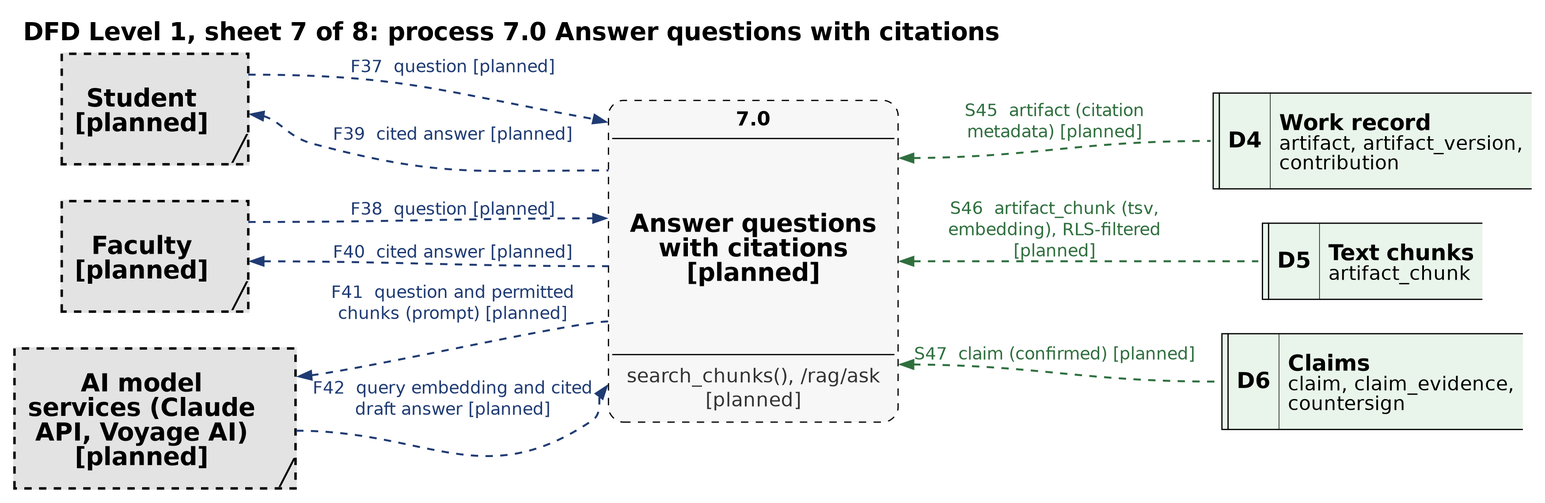
Above: docs/lab/dfd/png/dfd_level1_sheet7.png in Arun-Sanjay/countersign-dbms (Graphviz), before the change. Its source is kept beside it as docs/lab/dfd/dot/dfd_level1_sheet7.dot. Source of this version:
```dot
digraph L1 {
  graph [fontname="Helvetica", fontsize=20, labelloc=t, labeljust=l, pad=0.15,
         nodesep=0.19, ranksep=0.35, rankdir=LR, splines=true, newrank=true,
         label=<<b>DFD Level 1, sheet 7 of 8: process 7.0 Answer questions with citations</b>>];
  node  [fontname="Helvetica", fontsize=16];
  edge  [fontname="Helvetica", fontsize=14, arrowsize=1.0];
  "STU@7.0" [shape=plain, label=<<table border="2" cellborder="0" cellspacing="0" cellpadding="0" bgcolor="#e3e3e3" style="dashed"><tr><td rowspan="3" cellpadding="10"><font point-size="20"><b>Student</b><br/><b>[planned]</b></font></td><td port="p0" height="32" width="2"></td></tr><tr><td port="p1" height="32" width="2"></td></tr><tr><td height="22" width="22" align="right" valign="bottom" cellpadding="0"><font point-size="20">&#x2571;</font></td></tr></table>>];
  "FAC@7.0" [shape=plain, label=<<table border="2" cellborder="0" cellspacing="0" cellpadding="0" bgcolor="#e3e3e3" style="dashed"><tr><td rowspan="3" cellpadding="10"><font point-size="20"><b>Faculty</b><br/><b>[planned]</b></font></td><td port="p0" height="32" width="2"></td></tr><tr><td port="p1" height="32" width="2"></td></tr><tr><td height="22" width="22" align="right" valign="bottom" cellpadding="0"><font point-size="20">&#x2571;</font></td></tr></table>>];
  "AI@7.0" [shape=plain, label=<<table border="2" cellborder="0" cellspacing="0" cellpadding="0" bgcolor="#e3e3e3" style="dashed"><tr><td rowspan="3" cellpadding="10"><font point-size="20"><b>AI model</b><br/><b>services (Claude</b><br/><b>API, Voyage AI)</b><br/><b>[planned]</b></font></td><td port="p0" height="44" width="2"></td></tr><tr><td port="p1" height="44" width="2"></td></tr><tr><td height="22" width="22" align="right" valign="bottom" cellpadding="0"><font point-size="20">&#x2571;</font></td></tr></table>>];
  "D4@7.0" [shape=plain, label=<<table border="0" cellborder="0" cellspacing="0" cellpadding="0"><tr><td port="p0" height="78" width="2"></td><td rowspan="1" sides="ltb" border="1" width="5" bgcolor="#e9f5ea"></td><td rowspan="1" sides="ltbr" border="1" bgcolor="#e9f5ea" cellpadding="6"><font point-size="18"><b>D4</b></font></td><td rowspan="1" sides="tb" border="1" align="left" balign="left" bgcolor="#e9f5ea" cellpadding="6"><font point-size="18"><b>Work record</b></font><br/><font point-size="16">artifact, artifact_version,<br/>contribution</font></td></tr></table>>];
  "D5@7.0" [shape=plain, label=<<table border="0" cellborder="0" cellspacing="0" cellpadding="0"><tr><td port="p0" height="62" width="2"></td><td rowspan="1" sides="ltb" border="1" width="5" bgcolor="#e9f5ea"></td><td rowspan="1" sides="ltbr" border="1" bgcolor="#e9f5ea" cellpadding="6"><font point-size="18"><b>D5</b></font></td><td rowspan="1" sides="tb" border="1" align="left" balign="left" bgcolor="#e9f5ea" cellpadding="6"><font point-size="18"><b>Text chunks</b></font><br/><font point-size="16">artifact_chunk</font></td></tr></table>>];
  "D6@7.0" [shape=plain, label=<<table border="0" cellborder="0" cellspacing="0" cellpadding="0"><tr><td port="p0" height="78" width="2"></td><td rowspan="1" sides="ltb" border="1" width="5" bgcolor="#e9f5ea"></td><td rowspan="1" sides="ltbr" border="1" bgcolor="#e9f5ea" cellpadding="6"><font point-size="18"><b>D6</b></font></td><td rowspan="1" sides="tb" border="1" align="left" balign="left" bgcolor="#e9f5ea" cellpadding="6"><font point-size="18"><b>Claims</b></font><br/><font point-size="16">claim, claim_evidence,<br/>countersign</font></td></tr></table>>];
  "7.0" [shape=plain, label=<<table border="1" cellborder="0" cellspacing="0" cellpadding="4" style="rounded,dashed" bgcolor="#f7f7f7"><tr><td rowspan="3" cellpadding="0"><table border="0" cellborder="0" cellspacing="0" cellpadding="0"><tr><td height="1" width="2"></td></tr><tr><td port="LF37" height="32" width="2"></td></tr><tr><td port="LF39" height="46" width="2"></td></tr><tr><td port="LF38" height="32" width="2"></td></tr><tr><td port="LF40" height="46" width="2"></td></tr><tr><td port="LF41" height="44" width="2"></td></tr><tr><td port="LF42" height="58" width="2"></td></tr><tr><td height="1" width="2"></td></tr></table></td><td sides="b" border="1" height="30" width="230"><font point-size="16"><b>7.0</b></font></td><td rowspan="3" cellpadding="0"><table border="0" cellborder="0" cellspacing="0" cellpadding="0"><tr><td port="RS45" height="92" width="2"></td></tr><tr><td port="RS46" height="76" width="2"></td></tr><tr><td port="RS47" height="92" width="2"></td></tr></table></td></tr><tr><td height="176"><font point-size="20"><b>Answer questions<br/>with citations<br/>[planned]</b></font></td></tr><tr><td sides="t" border="1" height="54"><font point-size="16" color="#333333">search_chunks(), /rag/ask<br/>[planned]</font></td></tr></table>>];
  { rank=same; "STU@7.0"; "FAC@7.0"; "AI@7.0"; }
  "STU@7.0" -> "FAC@7.0" -> "AI@7.0" [style=invis];
  { rank=same; "7.0"; }
  { rank=same; "D4@7.0"; "D5@7.0"; "D6@7.0"; }
  "D4@7.0" -> "D5@7.0" -> "D6@7.0" [style=invis];
  "STU@7.0":p0:e -> "7.0":LF37:w [label="F37  question [planned]", color="#1f3b73", fontcolor="#1f3b73", penwidth=1.6, style=dashed];
  "STU@7.0":p1:e -> "7.0":LF39:w [label="F39  cited answer [planned]", color="#1f3b73", fontcolor="#1f3b73", penwidth=1.6, dir=back, style=dashed];
  "FAC@7.0":p0:e -> "7.0":LF38:w [label="F38  question [planned]", color="#1f3b73", fontcolor="#1f3b73", penwidth=1.6, style=dashed];
  "FAC@7.0":p1:e -> "7.0":LF40:w [label="F40  cited answer [planned]", color="#1f3b73", fontcolor="#1f3b73", penwidth=1.6, dir=back, style=dashed];
  "AI@7.0":p0:e -> "7.0":LF41:w [label="F41  question and permitted\nchunks (prompt) [planned]", color="#1f3b73", fontcolor="#1f3b73", penwidth=1.6, dir=back, style=dashed];
  "AI@7.0":p1:e -> "7.0":LF42:w [label="F42  query embedding and cited\ndraft answer [planned]", color="#1f3b73", fontcolor="#1f3b73", penwidth=1.6, style=dashed];
  "7.0":RS45:e -> "D4@7.0":p0:w [label="S45  artifact (citation\nmetadata) [planned]", color="#2f6f3e", fontcolor="#2f6f3e", penwidth=1.6, dir=back, style=dashed];
  "7.0":RS46:e -> "D5@7.0":p0:w [label="S46  artifact_chunk (tsv,\nembedding), RLS-filtered\n[planned]", color="#2f6f3e", fontcolor="#2f6f3e", penwidth=1.6, dir=back, style=dashed];
  "7.0":RS47:e -> "D6@7.0":p0:w [label="S47  claim (confirmed) [planned]", color="#2f6f3e", fontcolor="#2f6f3e", penwidth=1.6, dir=back, style=dashed];
}
```
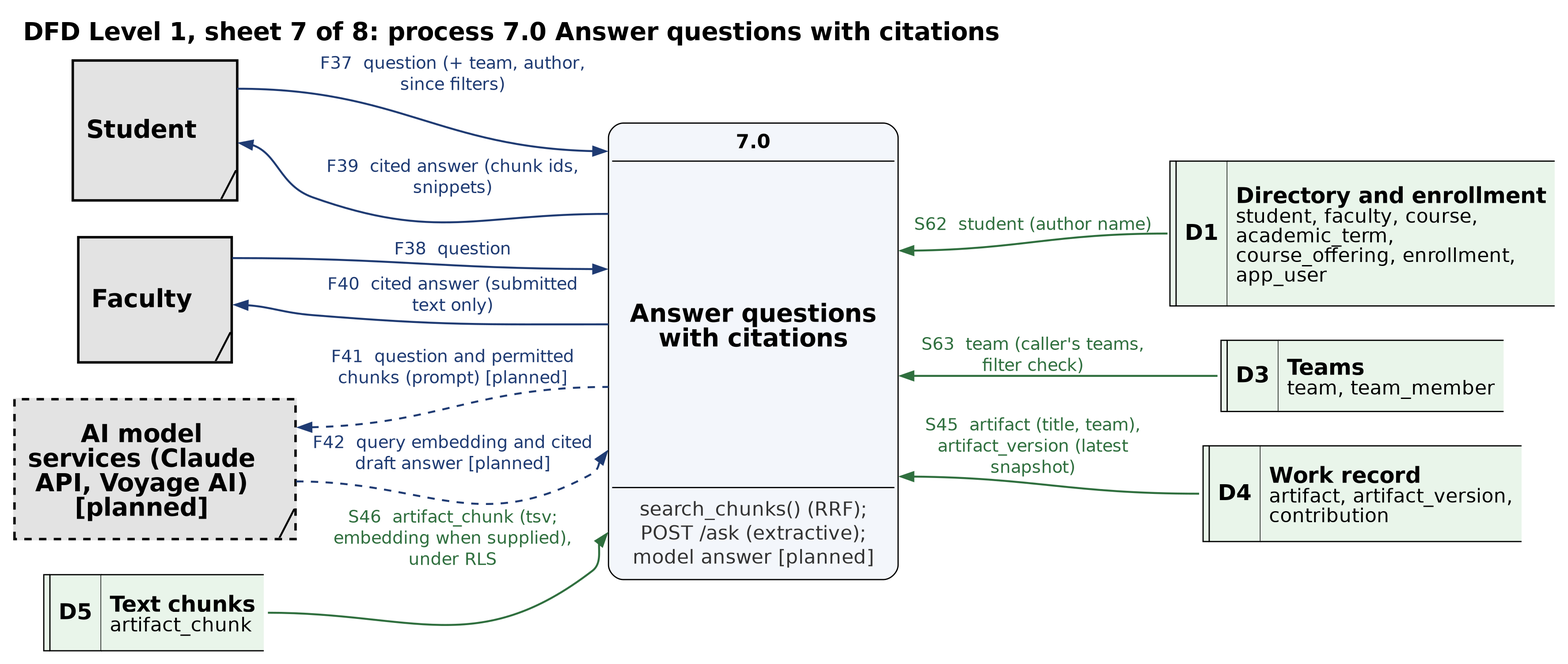
After the change.

Diff of the diagram source:
```diff
@@ -4,25 +4,27 @@
          label=<<b>DFD Level 1, sheet 7 of 8: process 7.0 Answer questions with citations</b>>];
   node  [fontname="Helvetica", fontsize=16];
   edge  [fontname="Helvetica", fontsize=14, arrowsize=1.0];
-  "STU@7.0" [shape=plain, label=<<table border="2" cellborder="0" cellspacing="0" cellpadding="0" bgcolor="#e3e3e3" style="dashed"><tr><td rowspan="3" cellpadding="10"><font point-size="20"><b>Student</b><br/><b>[planned]</b></font></td><td port="p0" height="32" width="2"></td></tr><tr><td port="p1" height="32" width="2"></td></tr><tr><td height="22" width="22" align="right" valign="bottom" cellpadding="0"><font point-size="20">&#x2571;</font></td></tr></table>>];
-  "FAC@7.0" [shape=plain, label=<<table border="2" cellborder="0" cellspacing="0" cellpadding="0" bgcolor="#e3e3e3" style="dashed"><tr><td rowspan="3" cellpadding="10"><font point-size="20"><b>Faculty</b><br/><b>[planned]</b></font></td><td port="p0" height="32" width="2"></td></tr><tr><td port="p1" height="32" width="2"></td></tr><tr><td height="22" width="22" align="right" valign="bottom" cellpadding="0"><font point-size="20">&#x2571;</font></td></tr></table>>];
+  "STU@7.0" [shape=plain, label=<<table border="2" cellborder="0" cellspacing="0" cellpadding="0" bgcolor="#e3e3e3"><tr><td rowspan="3" cellpadding="10"><font point-size="20"><b>Student</b></font></td><td port="p0" height="44" width="2"></td></tr><tr><td port="p1" height="44" width="2"></td></tr><tr><td height="22" width="22" align="right" valign="bottom" cellpadding="0"><font point-size="20">&#x2571;</font></td></tr></table>>];
+  "FAC@7.0" [shape=plain, label=<<table border="2" cellborder="0" cellspacing="0" cellpadding="0" bgcolor="#e3e3e3"><tr><td rowspan="3" cellpadding="10"><font point-size="20"><b>Faculty</b></font></td><td port="p0" height="32" width="2"></td></tr><tr><td port="p1" height="44" width="2"></td></tr><tr><td height="22" width="22" align="right" valign="bottom" cellpadding="0"><font point-size="20">&#x2571;</font></td></tr></table>>];
   "AI@7.0" [shape=plain, label=<<table border="2" cellborder="0" cellspacing="0" cellpadding="0" bgcolor="#e3e3e3" style="dashed"><tr><td rowspan="3" cellpadding="10"><font point-size="20"><b>AI model</b><br/><b>services (Claude</b><br/><b>API, Voyage AI)</b><br/><b>[planned]</b></font></td><td port="p0" height="44" width="2"></td></tr><tr><td port="p1" height="44" width="2"></td></tr><tr><td height="22" width="22" align="right" valign="bottom" cellpadding="0"><font point-size="20">&#x2571;</font></td></tr></table>>];
+  "D5@7.0" [shape=plain, label=<<table border="0" cellborder="0" cellspacing="0" cellpadding="0"><tr><td rowspan="1" sides="ltb" border="1" width="5" bgcolor="#e9f5ea"></td><td rowspan="1" sides="ltbr" border="1" bgcolor="#e9f5ea" cellpadding="6"><font point-size="18"><b>D5</b></font></td><td rowspan="1" sides="tb" border="1" align="left" balign="left" bgcolor="#e9f5ea" cellpadding="6"><font point-size="18"><b>Text chunks</b></font><br/><font point-size="16">artifact_chunk</font></td><td port="p0" height="62" width="2"></td></tr></table>>];
+  "D1@7.0" [shape=plain, label=<<table border="0" cellborder="0" cellspacing="0" cellpadding="0"><tr><td port="p0" height="118" width="2"></td><td rowspan="1" sides="ltb" border="1" width="5" bgcolor="#e9f5ea"></td><td rowspan="1" sides="ltbr" border="1" bgcolor="#e9f5ea" cellpadding="6"><font point-size="18"><b>D1</b></font></td><td rowspan="1" sides="tb" border="1" align="left" balign="left" bgcolor="#e9f5ea" cellpadding="6"><font point-size="18"><b>Directory and enrollment</b></font><br/><font point-size="16">student, faculty, course,<br/>academic_term,<br/>course_offering, enrollment,<br/>app_user</font></td></tr></table>>];
+  "D3@7.0" [shape=plain, label=<<table border="0" cellborder="0" cellspacing="0" cellpadding="0"><tr><td port="p0" height="58" width="2"></td><td rowspan="1" sides="ltb" border="1" width="5" bgcolor="#e9f5ea"></td><td rowspan="1" sides="ltbr" border="1" bgcolor="#e9f5ea" cellpadding="6"><font point-size="18"><b>D3</b></font></td><td rowspan="1" sides="tb" border="1" align="left" balign="left" bgcolor="#e9f5ea" cellpadding="6"><font point-size="18"><b>Teams</b></font><br/><font point-size="16">team, team_member</font></td></tr></table>>];
   "D4@7.0" [shape=plain, label=<<table border="0" cellborder="0" cellspacing="0" cellpadding="0"><tr><td port="p0" height="78" width="2"></td><td rowspan="1" sides="ltb" border="1" width="5" bgcolor="#e9f5ea"></td><td rowspan="1" sides="ltbr" border="1" bgcolor="#e9f5ea" cellpadding="6"><font point-size="18"><b>D4</b></font></td><td rowspan="1" sides="tb" border="1" align="left" balign="left" bgcolor="#e9f5ea" cellpadding="6"><font point-size="18"><b>Work record</b></font><br/><font point-size="16">artifact, artifact_version,<br/>contribution</font></td></tr></table>>];
-  "D5@7.0" [shape=plain, label=<<table border="0" cellborder="0" cellspacing="0" cellpadding="0"><tr><td port="p0" height="62" width="2"></td><td rowspan="1" sides="ltb" border="1" width="5" bgcolor="#e9f5ea"></td><td rowspan="1" sides="ltbr" border="1" bgcolor="#e9f5ea" cellpadding="6"><font point-size="18"><b>D5</b></font></td><td rowspan="1" sides="tb" border="1" align="left" balign="left" bgcolor="#e9f5ea" cellpadding="6"><font point-size="18"><b>Text chunks</b></font><br/><font point-size="16">artifact_chunk</font></td></tr></table>>];
-  "D6@7.0" [shape=plain, label=<<table border="0" cellborder="0" cellspacing="0" cellpadding="0"><tr><td port="p0" height="78" width="2"></td><td rowspan="1" sides="ltb" border="1" width="5" bgcolor="#e9f5ea"></td><td rowspan="1" sides="ltbr" border="1" bgcolor="#e9f5ea" cellpadding="6"><font point-size="18"><b>D6</b></font></td><td rowspan="1" sides="tb" border="1" align="left" balign="left" bgcolor="#e9f5ea" cellpadding="6"><font point-size="18"><b>Claims</b></font><br/><font point-size="16">claim, claim_evidence,<br/>countersign</font></td></tr></table>>];
-  "7.0" [shape=plain, label=<<table border="1" cellborder="0" cellspacing="0" cellpadding="4" style="rounded,dashed" bgcolor="#f7f7f7"><tr><td rowspan="3" cellpadding="0"><table border="0" cellborder="0" cellspacing="0" cellpadding="0"><tr><td height="1" width="2"></td></tr><tr><td port="LF37" height="32" width="2"></td></tr><tr><td port="LF39" height="46" width="2"></td></tr><tr><td port="LF38" height="32" width="2"></td></tr><tr><td port="LF40" height="46" width="2"></td></tr><tr><td port="LF41" height="44" width="2"></td></tr><tr><td port="LF42" height="58" width="2"></td></tr><tr><td height="1" width="2"></td></tr></table></td><td sides="b" border="1" height="30" width="230"><font point-size="16"><b>7.0</b></font></td><td rowspan="3" cellpadding="0"><table border="0" cellborder="0" cellspacing="0" cellpadding="0"><tr><td port="RS45" height="92" width="2"></td></tr><tr><td port="RS46" height="76" width="2"></td></tr><tr><td port="RS47" height="92" width="2"></td></tr></table></td></tr><tr><td height="176"><font point-size="20"><b>Answer questions<br/>with citations<br/>[planned]</b></font></td></tr><tr><td sides="t" border="1" height="54"><font point-size="16" color="#333333">search_chunks(), /rag/ask<br/>[planned]</font></td></tr></table>>];
-  { rank=same; "STU@7.0"; "FAC@7.0"; "AI@7.0"; }
-  "STU@7.0" -> "FAC@7.0" -> "AI@7.0" [style=invis];
+  "7.0" [shape=plain, label=<<table border="1" cellborder="0" cellspacing="0" cellpadding="4" style="rounded" bgcolor="#f3f6fb"><tr><td rowspan="3" cellpadding="0"><table border="0" cellborder="0" cellspacing="0" cellpadding="0"><tr><td port="LF37" height="44" width="2"></td></tr><tr><td port="LF39" height="58" width="2"></td></tr><tr><td port="LF38" height="32" width="2"></td></tr><tr><td port="LF40" height="58" width="2"></td></tr><tr><td port="LF41" height="44" width="2"></td></tr><tr><td port="LF42" height="58" width="2"></td></tr><tr><td port="LS46" height="76" width="2"></td></tr></table></td><td sides="b" border="1" height="30" width="230"><font point-size="16"><b>7.0</b></font></td><td rowspan="3" cellpadding="0"><table border="0" cellborder="0" cellspacing="0" cellpadding="0"><tr><td height="37" width="2"></td></tr><tr><td port="RS62" height="132" width="2"></td></tr><tr><td port="RS63" height="72" width="2"></td></tr><tr><td port="RS45" height="92" width="2"></td></tr><tr><td height="37" width="2"></td></tr></table></td></tr><tr><td height="266"><font point-size="20"><b>Answer questions<br/>with citations</b></font></td></tr><tr><td sides="t" border="1" height="74"><font point-size="16" color="#333333">search_chunks() (RRF);<br/>POST /ask (extractive);<br/>model answer [planned]</font></td></tr></table>>];
+  { rank=same; "STU@7.0"; "FAC@7.0"; "AI@7.0"; "D5@7.0"; }
+  "STU@7.0" -> "FAC@7.0" -> "AI@7.0" -> "D5@7.0" [style=invis];
   { rank=same; "7.0"; }
-  { rank=same; "D4@7.0"; "D5@7.0"; "D6@7.0"; }
-  "D4@7.0" -> "D5@7.0" -> "D6@7.0" [style=invis];
-  "STU@7.0":p0:e -> "7.0":LF37:w [label="F37  question [planned]", color="#1f3b73", fontcolor="#1f3b73", penwidth=1.6, style=dashed];
-  "STU@7.0":p1:e -> "7.0":LF39:w [label="F39  cited answer [planned]", color="#1f3b73", fontcolor="#1f3b73", penwidth=1.6, dir=back, style=dashed];
-  "FAC@7.0":p0:e -> "7.0":LF38:w [label="F38  question [planned]", color="#1f3b73", fontcolor="#1f3b73", penwidth=1.6, style=dashed];
-  "FAC@7.0":p1:e -> "7.0":LF40:w [label="F40  cited answer [planned]", color="#1f3b73", fontcolor="#1f3b73", penwidth=1.6, dir=back, style=dashed];
+  { rank=same; "D1@7.0"; "D3@7.0"; "D4@7.0"; }
+  "D1@7.0" -> "D3@7.0" -> "D4@7.0" [style=invis];
+  "STU@7.0":p0:e -> "7.0":LF37:w [label="F37  question (+ team, author,\nsince filters)", color="#1f3b73", fontcolor="#1f3b73", penwidth=1.6];
+  "STU@7.0":p1:e -> "7.0":LF39:w [label="F39  cited answer (chunk ids,\nsnippets)", color="#1f3b73", fontcolor="#1f3b73", penwidth=1.6, dir=back];
+  "FAC@7.0":p0:e -> "7.0":LF38:w [label="F38  question", color="#1f3b73", fontcolor="#1f3b73", penwidth=1.6];
+  "FAC@7.0":p1:e -> "7.0":LF40:w [label="F40  cited answer (submitted\ntext only)", color="#1f3b73", fontcolor="#1f3b73", penwidth=1.6, dir=back];
   "AI@7.0":p0:e -> "7.0":LF41:w [label="F41  question and permitted\nchunks (prompt) [planned]", color="#1f3b73", fontcolor="#1f3b73", penwidth=1.6, dir=back, style=dashed];
   "AI@7.0":p1:e -> "7.0":LF42:w [label="F42  query embedding and cited\ndraft answer [planned]", color="#1f3b73", fontcolor="#1f3b73", penwidth=1.6, style=dashed];
-  "7.0":RS45:e -> "D4@7.0":p0:w [label="S45  artifact (citation\nmetadata) [planned]", color="#2f6f3e", fontcolor="#2f6f3e", penwidth=1.6, dir=back, style=dashed];
-  "7.0":RS46:e -> "D5@7.0":p0:w [label="S46  artifact_chunk (tsv,\nembedding), RLS-filtered\n[planned]", color="#2f6f3e", fontcolor="#2f6f3e", penwidth=1.6, dir=back, style=dashed];
-  "7.0":RS47:e -> "D6@7.0":p0:w [label="S47  claim (confirmed) [planned]", color="#2f6f3e", fontcolor="#2f6f3e", penwidth=1.6, dir=back, style=dashed];
+  "D5@7.0":p0:e -> "7.0":LS46:w [label="S46  artifact_chunk (tsv;\nembedding when supplied),\nunder RLS", color="#2f6f3e", fontcolor="#2f6f3e", penwidth=1.6];
+  "7.0":RS62:e -> "D1@7.0":p0:w [label="S62  student (author name)", color="#2f6f3e", fontcolor="#2f6f3e", penwidth=1.6, dir=back];
+  "7.0":RS63:e -> "D3@7.0":p0:w [label="S63  team (caller's teams,\nfilter check)", color="#2f6f3e", fontcolor="#2f6f3e", penwidth=1.6, dir=back];
+  "7.0":RS45:e -> "D4@7.0":p0:w [label="S45  artifact (title, team),\nartifact_version (latest\nsnapshot)", color="#2f6f3e", fontcolor="#2f6f3e", penwidth=1.6, dir=back];
 }
```
